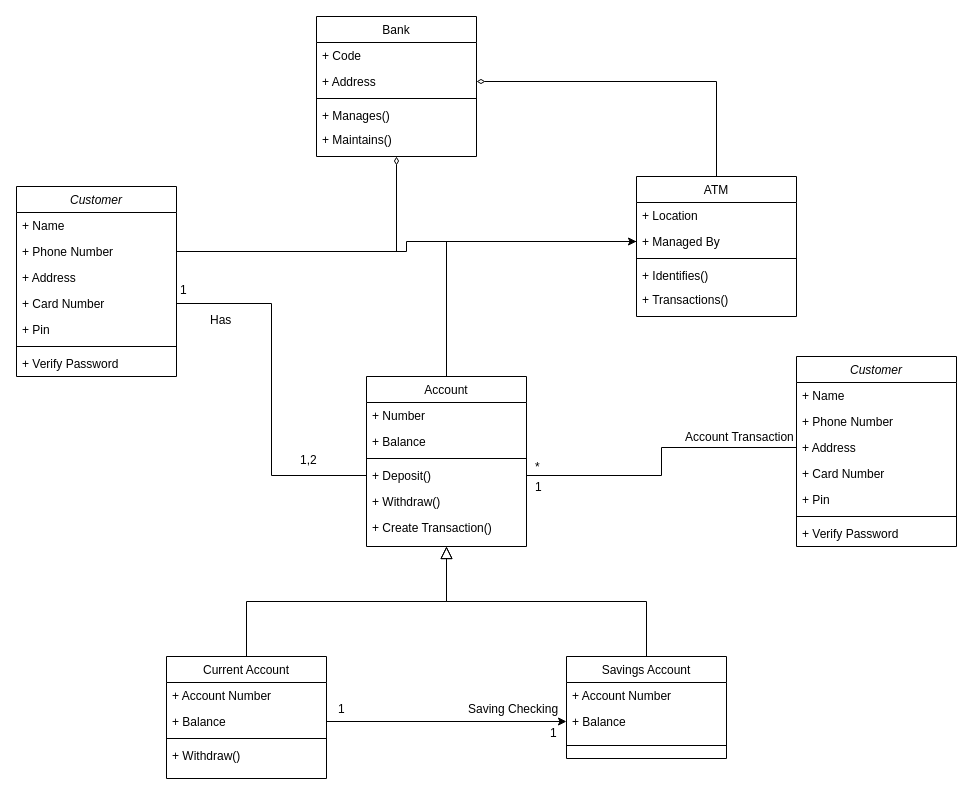
This is Untitled Diagram.drawio from CS-Krishna/Draw.io, a draw.io file, before an edit. Source tidied: cells renumbered, new cells numbered last; positions are measured from the earlier drawing's top-left corner, leaving out a move shared by most shapes. Both pictures are drawn from the tidied source at 100%, with x=0, y=0 at pixel (16, 16).
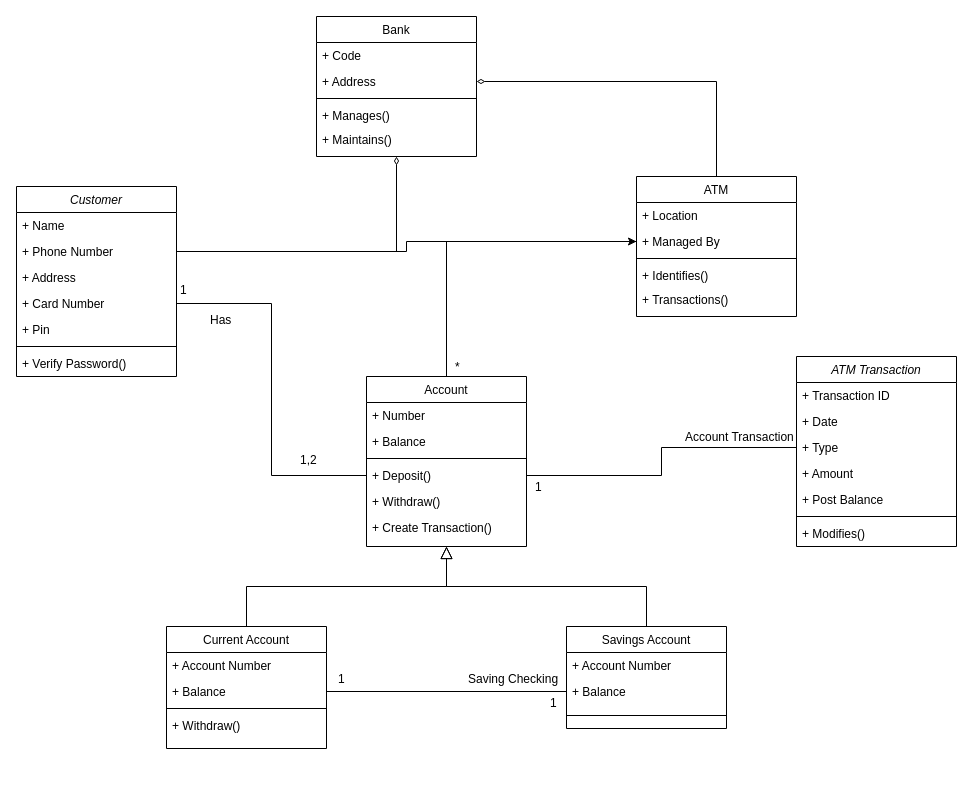
The same page after the edit.

Commit message (it also covers changes not shown here):
ATM Management Class Diagram.drawio

Unchanged cells that the change refers to:
```xml
<mxCell id="2" value="Customer" style="swimlane;fontStyle=2;align=center;verticalAlign=top;horizontal=1;startSize=26;rounded=0;shadow=0;strokeWidth=1;" parent="1" vertex="1">
  <mxGeometry y="170" width="160" height="190" as="geometry" />
</mxCell>
<mxCell id="12" value="+ Balance" style="text;align=left;verticalAlign=top;spacingLeft=4;spacingRight=4;overflow=hidden;points=[[0,0.5],[1,0.5]];portConstraint=eastwest;rounded=0;shadow=0;html=0;" parent="10" vertex="1">
  <mxGeometry y="52" width="160" height="26" as="geometry" />
</mxCell>
<mxCell id="18" value="+ Balance" style="text;align=left;verticalAlign=top;spacingLeft=4;spacingRight=4;overflow=hidden;points=[[0,0.5],[1,0.5]];portConstraint=eastwest;" parent="16" vertex="1">
  <mxGeometry y="52" width="160" height="26" as="geometry" />
</mxCell>
```

Change to the diagram source:
```diff
@@
-    <mxCell id="9" value="+ Verify Password" style="text;align=left;verticalAlign=top;spacingLeft=4;spacingRight=4;overflow=hidden;" parent="2" vertex="1">
+    <mxCell id="9" value="+ Verify Password()" style="text;align=left;verticalAlign=top;spacingLeft=4;spacingRight=4;overflow=hidden;" parent="2" vertex="1">
       <mxGeometry y="164" width="160" height="26" as="geometry" />
     </mxCell>
     <mxCell id="10" value="Current Account" style="swimlane;fontStyle=0;align=center;verticalAlign=top;horizontal=1;startSize=26;rounded=0;shadow=0;strokeWidth=1;" parent="1" vertex="1">
-      <mxGeometry x="150" y="640" width="160" height="122" as="geometry" />
+      <mxGeometry x="150" y="610" width="160" height="122" as="geometry" />
     </mxCell>
@@
     <mxCell id="16" value="Savings Account" style="swimlane;fontStyle=0;align=center;verticalAlign=top;horizontal=1;startSize=26;rounded=0;shadow=0;strokeWidth=1;" parent="1" vertex="1">
-      <mxGeometry x="550" y="640" width="160" height="102" as="geometry" />
+      <mxGeometry x="550" y="610" width="160" height="102" as="geometry" />
     </mxCell>
@@
-    <mxCell id="33" style="edgeStyle=orthogonalEdgeStyle;rounded=0;jettySize=auto;html=1;exitX=1;exitY=0.5;exitDx=0;exitDy=0;entryX=0;entryY=0.5;entryDx=0;entryDy=0;" parent="1" edge="1" source="12" target="18">
+    <mxCell id="33" style="edgeStyle=orthogonalEdgeStyle;rounded=0;jettySize=auto;html=1;exitX=1;exitY=0.5;exitDx=0;exitDy=0;entryX=0;entryY=0.5;entryDx=0;entryDy=0;endArrow=none;endFill=0;" parent="1" edge="1" source="12" target="18">
       <mxGeometry relative="1" as="geometry" />
     </mxCell>
     <mxCell id="34" value="1" style="align=left;verticalAlign=bottom;labelBackgroundColor=none;fontSize=12;" parent="1" vertex="1">
-      <mxGeometry x="330" y="702" as="geometry">
+      <mxGeometry x="330" y="672" as="geometry">
         <mxPoint x="-10" y="-1" as="offset" />
       </mxGeometry>
     </mxCell>
     <mxCell id="35" value="1" style="align=left;verticalAlign=bottom;labelBackgroundColor=none;fontSize=12;" parent="1" vertex="1">
-      <mxGeometry x="500" y="727" as="geometry">
+      <mxGeometry x="500" y="697" as="geometry">
         <mxPoint x="32" y="-2" as="offset" />
       </mxGeometry>
     </mxCell>
     <mxCell id="36" value="Saving Checking" style="align=left;verticalAlign=bottom;labelBackgroundColor=none;fontSize=12;" parent="1" vertex="1">
-      <mxGeometry x="460" y="702" as="geometry">
+      <mxGeometry x="460" y="672" as="geometry">
         <mxPoint x="-10" y="-1" as="offset" />
       </mxGeometry>
     </mxCell>
@@
-    <mxCell id="52" value="Customer" style="swimlane;fontStyle=2;align=center;verticalAlign=top;horizontal=1;startSize=26;rounded=0;shadow=0;strokeWidth=1;" parent="1" vertex="1">
+    <mxCell id="52" value="ATM Transaction" style="swimlane;fontStyle=2;align=center;verticalAlign=top;horizontal=1;startSize=26;rounded=0;shadow=0;strokeWidth=1;" parent="1" vertex="1">
       <mxGeometry x="780" y="340" width="160" height="190" as="geometry" />
     </mxCell>
-    <mxCell id="53" value="+ Name" style="text;align=left;verticalAlign=top;spacingLeft=4;spacingRight=4;overflow=hidden;" parent="52" vertex="1">
+    <mxCell id="53" value="+ Transaction ID" style="text;align=left;verticalAlign=top;spacingLeft=4;spacingRight=4;overflow=hidden;" parent="52" vertex="1">
       <mxGeometry y="26" width="160" height="26" as="geometry" />
     </mxCell>
-    <mxCell id="54" value="+ Phone Number" style="text;align=left;verticalAlign=top;spacingLeft=4;spacingRight=4;overflow=hidden;rounded=0;shadow=0;html=0;" parent="52" vertex="1">
+    <mxCell id="54" value="+ Date" style="text;align=left;verticalAlign=top;spacingLeft=4;spacingRight=4;overflow=hidden;rounded=0;shadow=0;html=0;" parent="52" vertex="1">
       <mxGeometry y="52" width="160" height="26" as="geometry" />
     </mxCell>
-    <mxCell id="55" value="+ Address" style="text;align=left;verticalAlign=top;spacingLeft=4;spacingRight=4;overflow=hidden;points=[[0,0.5],[1,0.5]];portConstraint=eastwest;rounded=0;shadow=0;html=0;" parent="52" vertex="1">
+    <mxCell id="55" value="+ Type" style="text;align=left;verticalAlign=top;spacingLeft=4;spacingRight=4;overflow=hidden;points=[[0,0.5],[1,0.5]];portConstraint=eastwest;rounded=0;shadow=0;html=0;" parent="52" vertex="1">
       <mxGeometry y="78" width="160" height="26" as="geometry" />
     </mxCell>
-    <mxCell id="56" value="+ Card Number" style="text;align=left;verticalAlign=top;spacingLeft=4;spacingRight=4;overflow=hidden;" parent="52" vertex="1">
+    <mxCell id="56" value="+ Amount" style="text;align=left;verticalAlign=top;spacingLeft=4;spacingRight=4;overflow=hidden;" parent="52" vertex="1">
       <mxGeometry y="104" width="160" height="26" as="geometry" />
     </mxCell>
-    <mxCell id="57" value="+ Pin" style="text;align=left;verticalAlign=top;spacingLeft=4;spacingRight=4;overflow=hidden;" parent="52" vertex="1">
+    <mxCell id="57" value="+ Post Balance" style="text;align=left;verticalAlign=top;spacingLeft=4;spacingRight=4;overflow=hidden;" parent="52" vertex="1">
       <mxGeometry y="130" width="160" height="26" as="geometry" />
     </mxCell>
@@
-    <mxCell id="59" value="+ Verify Password" style="text;align=left;verticalAlign=top;spacingLeft=4;spacingRight=4;overflow=hidden;" parent="52" vertex="1">
+    <mxCell id="59" value="+ Modifies()" style="text;align=left;verticalAlign=top;spacingLeft=4;spacingRight=4;overflow=hidden;" parent="52" vertex="1">
       <mxGeometry y="164" width="160" height="26" as="geometry" />
     </mxCell>
@@
     <mxCell id="63" value="*" style="align=left;verticalAlign=bottom;labelBackgroundColor=none;fontSize=12;" parent="1" vertex="1">
-      <mxGeometry x="527" y="460" as="geometry">
+      <mxGeometry x="447" y="360" as="geometry">
         <mxPoint x="-10" y="-1" as="offset" />
       </mxGeometry>
     </mxCell>
```
